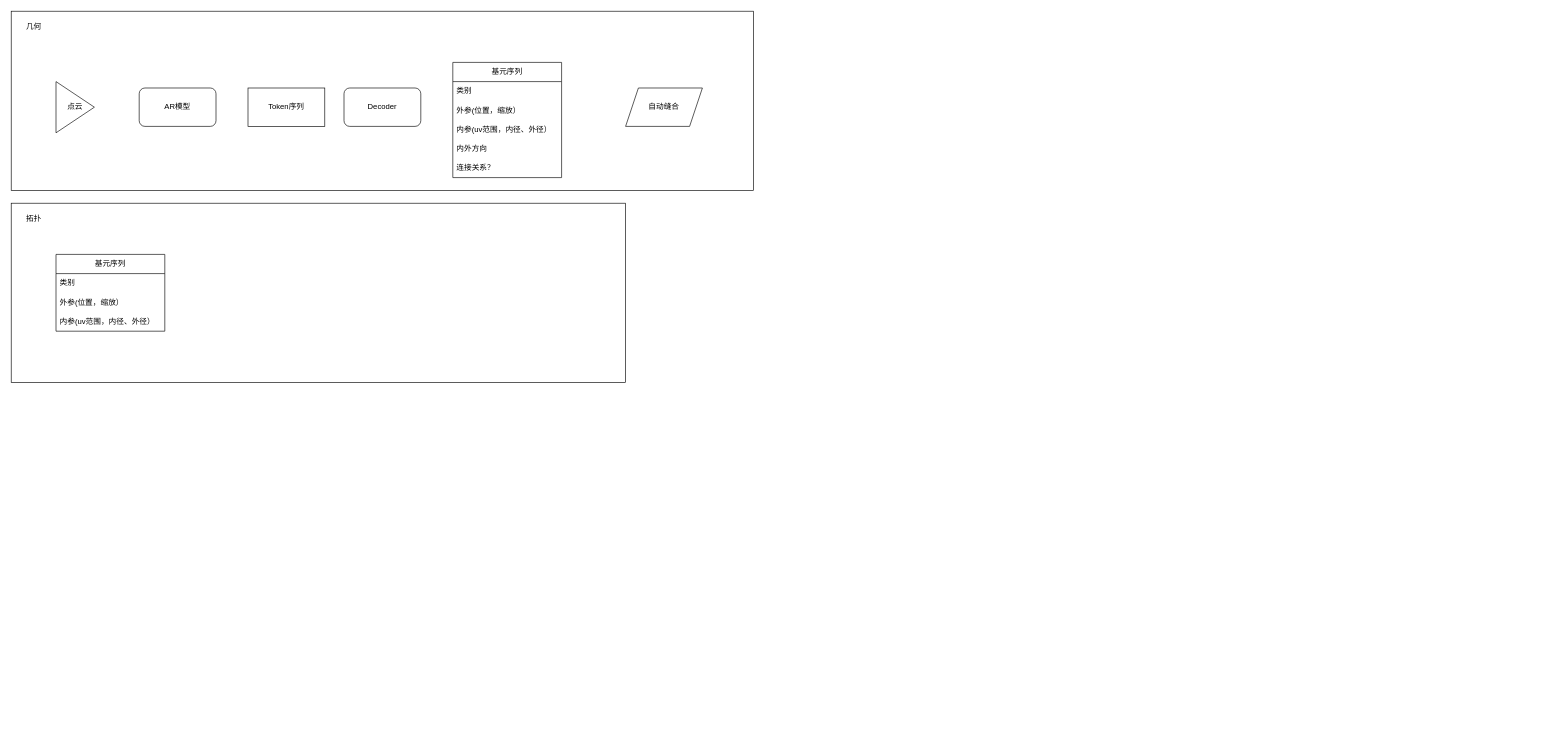
Earlier version of the draw.io diagram assets/pipeline.drawio (dafei-qin/CLR-Wire). Source tidied: cells renumbered, new cells numbered last; positions are measured from the earlier drawing's top-left corner, leaving out a move shared by most shapes. Both pictures are drawn from the tidied source at 64%, with x=0, y=0 at pixel (11, 11).
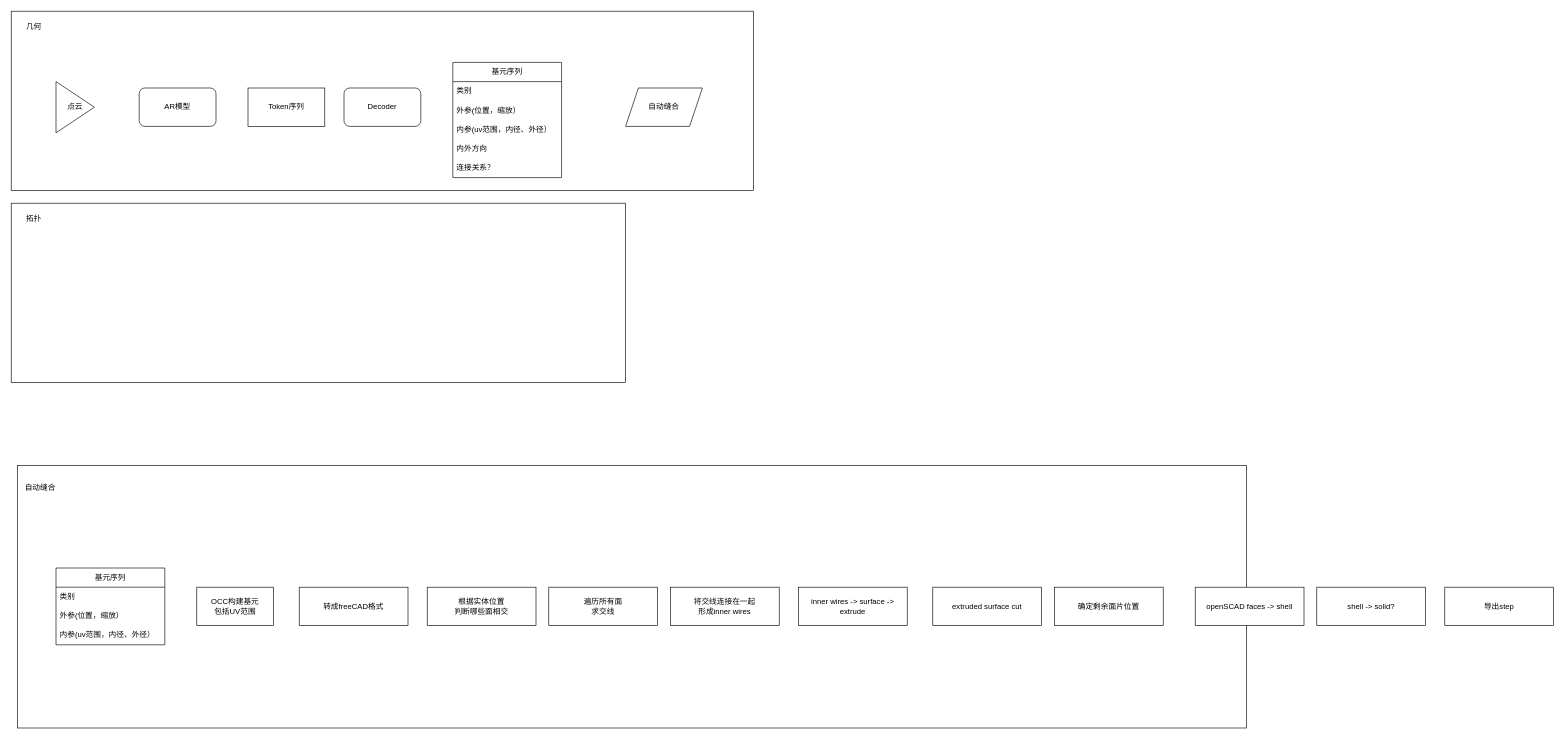
The same diagram, later.

The edit, as a diff of the source:
```diff
@@
+    <mxCell id="21" style="rounded=0;whiteSpace=wrap;html=1;" parent="1" vertex="1">
+      <mxGeometry x="10" y="710" width="1920" height="410" as="geometry" />
+    </mxCell>
@@
     <mxCell id="16" value="基元序列" style="swimlane;fontStyle=0;horizontal=1;startSize=30;whiteSpace=wrap;html=1;" parent="1" vertex="1">
-      <mxGeometry x="70" y="380" width="170" height="120" as="geometry" />
+      <mxGeometry x="70" y="870" width="170" height="120" as="geometry" />
     </mxCell>
@@
+    <mxCell id="22" value="自动缝合" style="text;html=1;align=center;verticalAlign=middle;strokeColor=none;fillColor=none;" parent="1" vertex="1">
+      <mxGeometry x="10" y="730" width="70" height="30" as="geometry" />
+    </mxCell>
+    <mxCell id="23" value="OCC构建基元&lt;div&gt;包括UV范围&lt;/div&gt;" style="rounded=0;whiteSpace=wrap;html=1;" parent="1" vertex="1">
+      <mxGeometry x="290" y="900" width="120" height="60" as="geometry" />
+    </mxCell>
+    <mxCell id="24" value="转成freeCAD格式" style="rounded=0;whiteSpace=wrap;html=1;" parent="1" vertex="1">
+      <mxGeometry x="450" y="900" width="170" height="60" as="geometry" />
+    </mxCell>
+    <mxCell id="25" value="根据实体位置&lt;div&gt;判断哪些面相交&lt;/div&gt;" style="rounded=0;whiteSpace=wrap;html=1;" parent="1" vertex="1">
+      <mxGeometry x="650" y="900" width="170" height="60" as="geometry" />
+    </mxCell>
+    <mxCell id="26" value="遍历所有面&lt;div&gt;求交线&lt;/div&gt;" style="rounded=0;whiteSpace=wrap;html=1;" parent="1" vertex="1">
+      <mxGeometry x="840" y="900" width="170" height="60" as="geometry" />
+    </mxCell>
+    <mxCell id="27" value="将交线连接在一起&lt;div&gt;形成inner wires&lt;/div&gt;" style="rounded=0;whiteSpace=wrap;html=1;" parent="1" vertex="1">
+      <mxGeometry x="1030" y="900" width="170" height="60" as="geometry" />
+    </mxCell>
+    <mxCell id="28" value="openSCAD faces -&amp;gt; shell" style="rounded=0;whiteSpace=wrap;html=1;" parent="1" vertex="1">
+      <mxGeometry x="1850" y="900" width="170" height="60" as="geometry" />
+    </mxCell>
+    <mxCell id="29" value="shell -&amp;gt; solid?" style="rounded=0;whiteSpace=wrap;html=1;" parent="1" vertex="1">
+      <mxGeometry x="2040" y="900" width="170" height="60" as="geometry" />
+    </mxCell>
+    <mxCell id="30" value="导出step" style="rounded=0;whiteSpace=wrap;html=1;" parent="1" vertex="1">
+      <mxGeometry x="2240" y="900" width="170" height="60" as="geometry" />
+    </mxCell>
+    <mxCell id="31" value="inner wires -&amp;gt; surface -&amp;gt; extrude" style="rounded=0;whiteSpace=wrap;html=1;" parent="1" vertex="1">
+      <mxGeometry x="1230" y="900" width="170" height="60" as="geometry" />
+    </mxCell>
+    <mxCell id="32" value="extruded surface cut" style="rounded=0;whiteSpace=wrap;html=1;" parent="1" vertex="1">
+      <mxGeometry x="1440" y="900" width="170" height="60" as="geometry" />
+    </mxCell>
+    <mxCell id="33" value="确定剩余面片位置" style="rounded=0;whiteSpace=wrap;html=1;" parent="1" vertex="1">
+      <mxGeometry x="1630" y="900" width="170" height="60" as="geometry" />
+    </mxCell>
```
